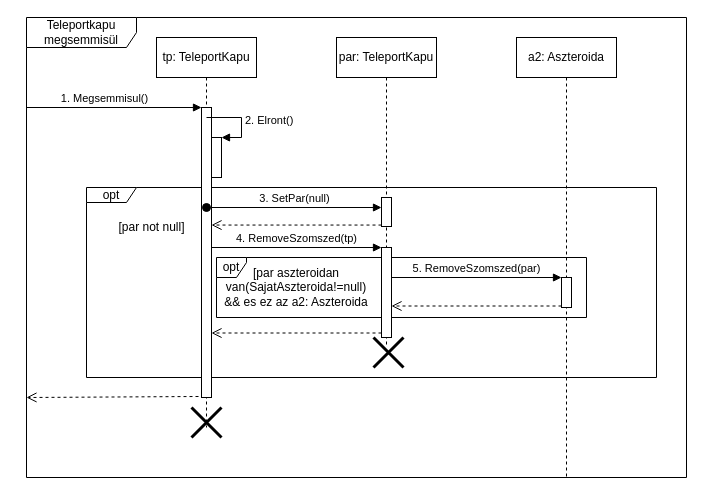
torpeBoiGo/aszteroidabanyaszat keeps this draw.io diagram as page "teleport megsemmisul" (3 of 3) of doc/szekvencia/4het_szek_telepesMeghal.drawio. Above is the earlier version. Source tidied: cells renumbered, new cells numbered last; positions are measured from the earlier drawing's top-left corner, leaving out a move shared by most shapes. Both pictures are drawn from the tidied source at 100%, with x=0, y=0 at pixel (26, 17).
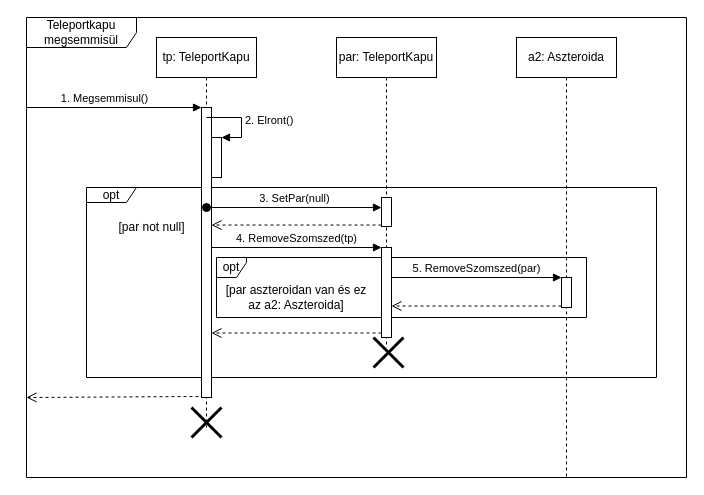
After the change.

Commit message:
Update 4het_szek_telepesMeghal.drawio: felt javitas

What changed in the source:
```diff
@@
-    <mxCell id="25" value="[par aszteroidan van(SajatAszteroida!=null) &amp;amp;&amp;amp; es ez az a2: Aszteroida" style="text;html=1;strokeColor=none;fillColor=none;align=center;verticalAlign=middle;whiteSpace=wrap;rounded=0;" parent="1" vertex="1">
-      <mxGeometry x="195" y="260" width="150" height="20" as="geometry" />
+    <mxCell id="25" value="[par aszteroidan van és ez az a2: Aszteroida]" style="text;html=1;strokeColor=none;fillColor=none;align=center;verticalAlign=middle;whiteSpace=wrap;rounded=0;" parent="1" vertex="1">
+      <mxGeometry x="195" y="270" width="150" height="20" as="geometry" />
     </mxCell>
```
